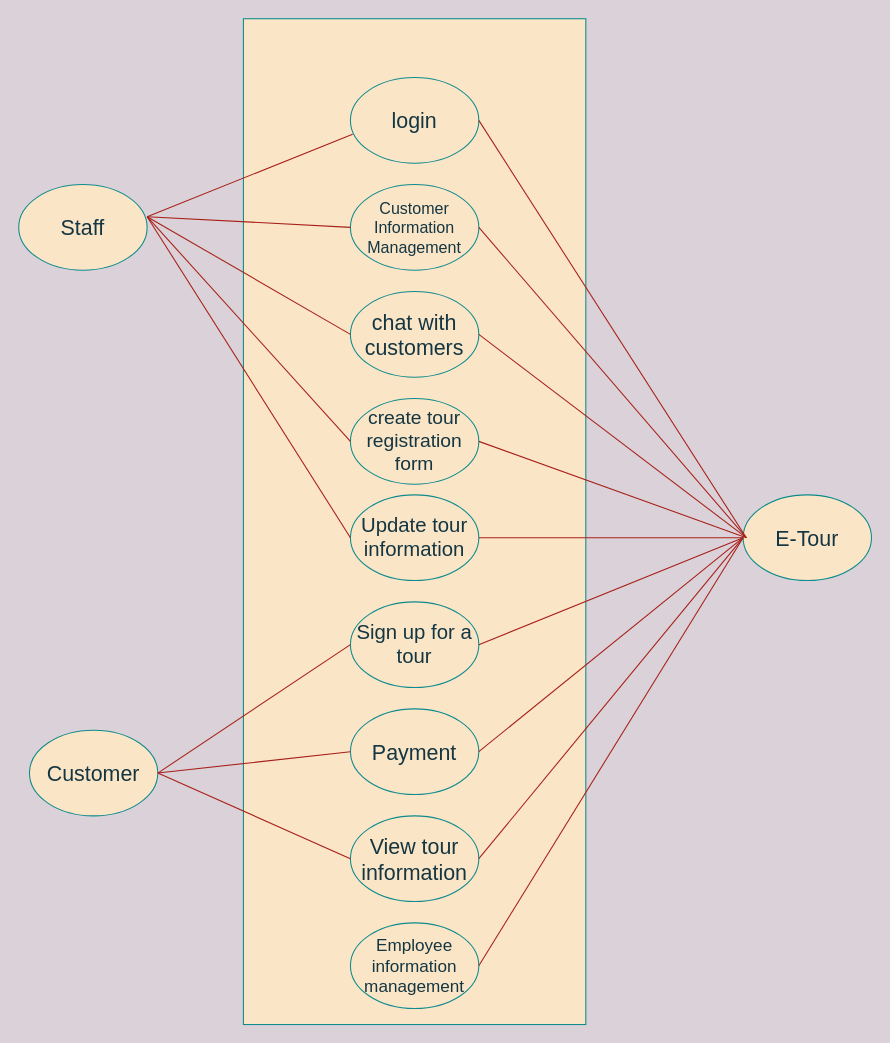
School2810/Demo keeps this draw.io diagram as Untitled Diagram.drawio. Above is the earlier version. Source tidied: cells renumbered, new cells numbered last; positions are measured from the earlier drawing's top-left corner, leaving out a move shared by most shapes. Both pictures are drawn from the tidied source at 107%, with x=0, y=0 at pixel (18, 18).
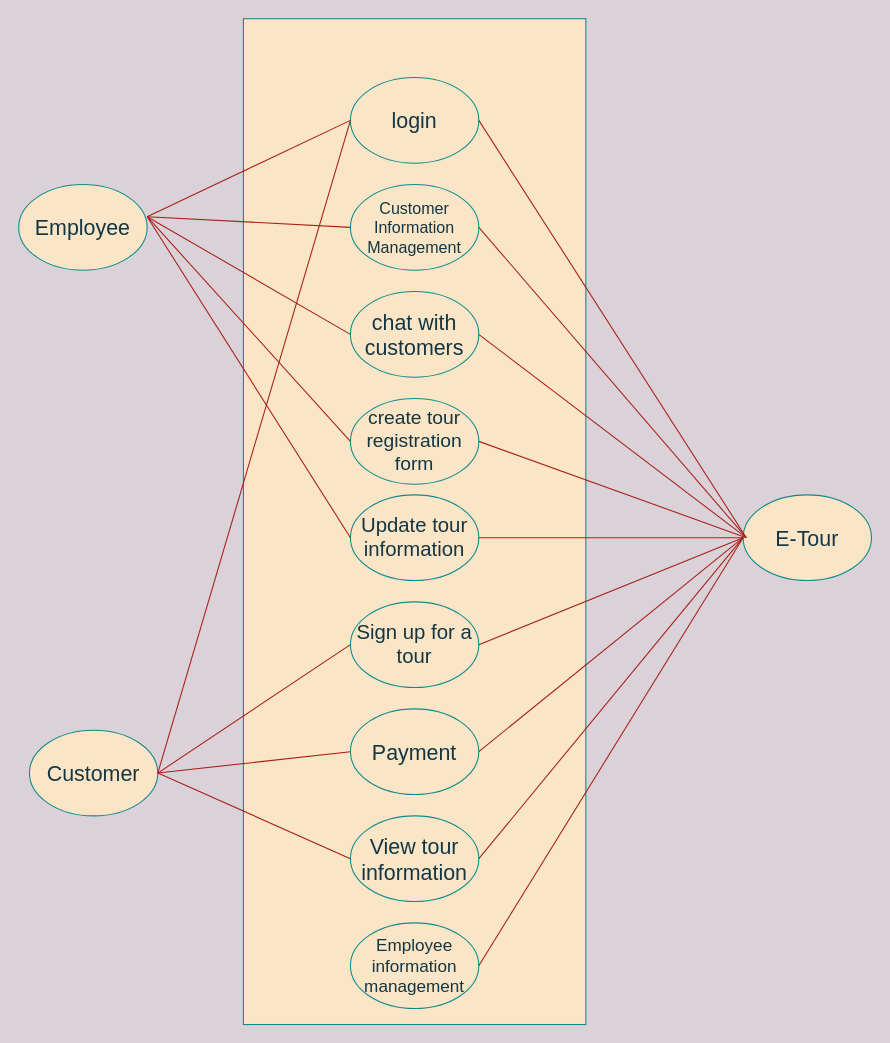
The same page after the edit.

Unchanged cells that the change refers to:
```xml
<mxCell id="13" value="&lt;font style=&quot;font-size: 20px&quot;&gt;login&lt;/font&gt;" style="ellipse;whiteSpace=wrap;html=1;fillColor=#FAE5C7;strokeColor=#0F8B8D;fontColor=#143642;" parent="1" vertex="1">
  <mxGeometry x="310" y="55" width="120" height="80" as="geometry" />
</mxCell>
```

Change to the diagram source:
```diff
@@
-    <mxCell id="8" value="&lt;font style=&quot;font-size: 20px&quot;&gt;Staff&lt;/font&gt;" style="ellipse;whiteSpace=wrap;html=1;fillColor=#FAE5C7;strokeColor=#0F8B8D;fontColor=#143642;" parent="1" vertex="1">
+    <mxCell id="8" value="&lt;span style=&quot;font-size: 20px&quot;&gt;Employee&lt;/span&gt;" style="ellipse;whiteSpace=wrap;html=1;fillColor=#FAE5C7;strokeColor=#0F8B8D;fontColor=#143642;" parent="1" vertex="1">
       <mxGeometry y="155" width="120" height="80" as="geometry" />
     </mxCell>
@@
-    <mxCell id="15" style="endArrow=none;html=1;rounded=0;fontSize=20;entryX=0.017;entryY=0.663;entryDx=0;entryDy=0;entryPerimeter=0;labelBackgroundColor=#DAD2D8;strokeColor=#A8201A;fontColor=#143642;" parent="1" edge="1" target="13">
+    <mxCell id="15" style="endArrow=none;html=1;rounded=0;fontSize=20;entryX=0;entryY=0.5;entryDx=0;entryDy=0;labelBackgroundColor=#DAD2D8;strokeColor=#A8201A;fontColor=#143642;" parent="1" edge="1" target="13">
       <mxGeometry relative="1" as="geometry">
         <mxPoint x="120" y="185" as="sourcePoint" />
       </mxGeometry>
     </mxCell>
@@
+    <mxCell id="32" style="endArrow=none;html=1;rounded=1;sketch=0;fontColor=#143642;strokeColor=#A8201A;fillColor=#FAE5C7;curved=0;entryX=0;entryY=0.5;entryDx=0;entryDy=0;" parent="1" edge="1" target="13">
+      <mxGeometry relative="1" as="geometry">
+        <mxPoint x="130" y="705" as="sourcePoint" />
+      </mxGeometry>
+    </mxCell>
```
